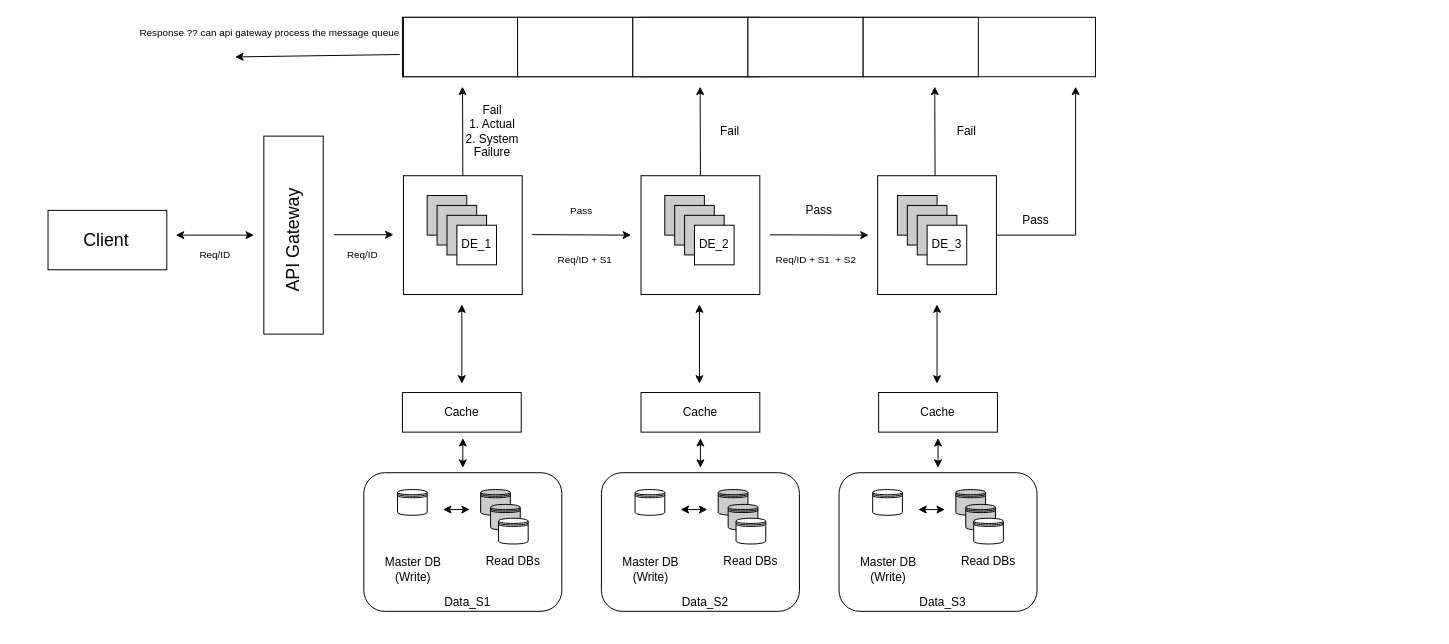
Before: StackedDecisionEngine.drawio in ankitverma5859/drawio, a draw.io diagram. Source tidied: cells renumbered, new cells numbered last; positions are measured from the earlier drawing's top-left corner, leaving out a move shared by most shapes. Both pictures are drawn from the tidied source at 99%, with x=0, y=0 at pixel (17, 17).
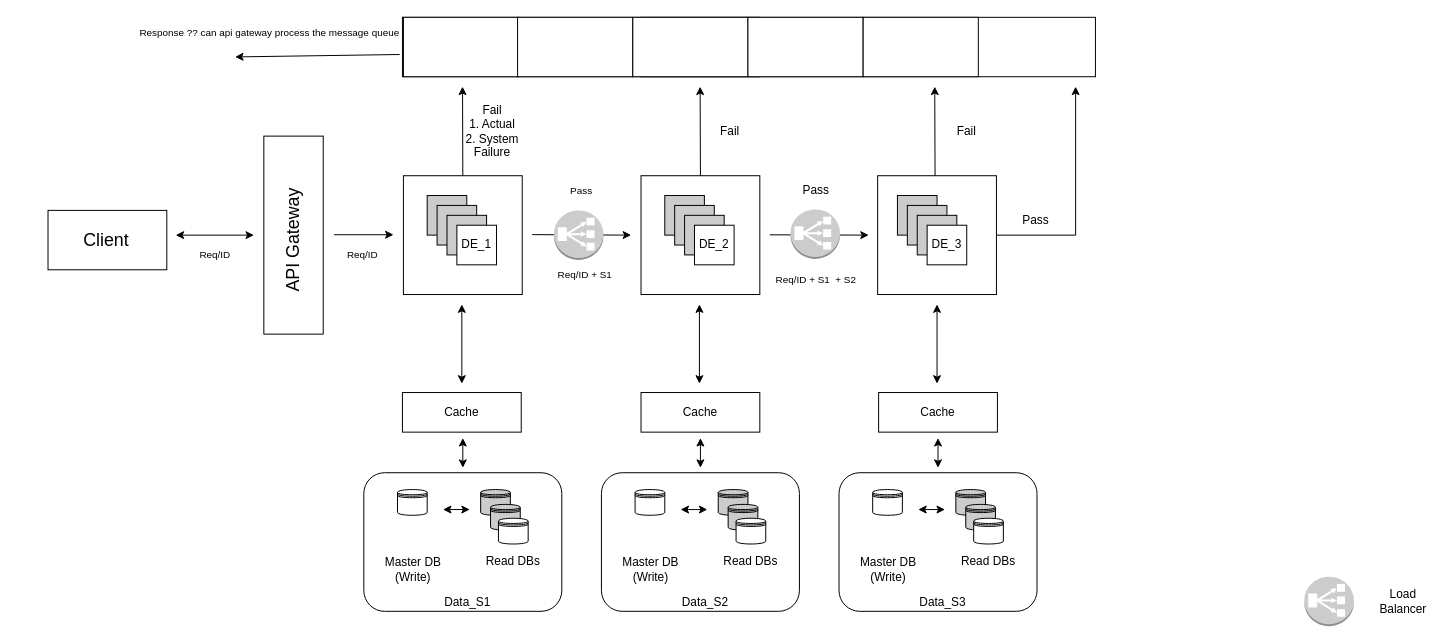
Above is the later version.

What changed in the source:
```diff
@@
     <mxCell id="12" value="&lt;font style=&quot;font-size: 10px;&quot;&gt;Pass&lt;/font&gt;" style="text;html=1;strokeColor=none;fillColor=none;align=center;verticalAlign=middle;whiteSpace=wrap;rounded=0;" parent="1" vertex="1">
-      <mxGeometry x="540" y="180" width="60" height="30" as="geometry" />
+      <mxGeometry x="540" y="160" width="60" height="30" as="geometry" />
     </mxCell>
     <mxCell id="13" value="Pass" style="text;html=1;strokeColor=none;fillColor=none;align=center;verticalAlign=middle;whiteSpace=wrap;rounded=0;" parent="1" vertex="1">
-      <mxGeometry x="780" y="180" width="60" height="30" as="geometry" />
+      <mxGeometry x="777" y="160" width="60" height="30" as="geometry" />
     </mxCell>
@@
     <mxCell id="32" value="&lt;font style=&quot;font-size: 10px;&quot;&gt;Req/ID + S1&amp;nbsp;&lt;/font&gt;" style="text;html=1;strokeColor=none;fillColor=none;align=center;verticalAlign=middle;whiteSpace=wrap;rounded=0;" parent="1" vertex="1">
-      <mxGeometry x="540" y="230" width="70" height="30" as="geometry" />
+      <mxGeometry x="540" y="245" width="70" height="30" as="geometry" />
     </mxCell>
@@
     <mxCell id="34" value="&lt;font style=&quot;font-size: 10px;&quot;&gt;Req/ID + S1&amp;nbsp; + S2&lt;/font&gt;" style="text;html=1;strokeColor=none;fillColor=none;align=center;verticalAlign=middle;whiteSpace=wrap;rounded=0;" parent="1" vertex="1">
-      <mxGeometry x="761" y="230" width="92" height="30" as="geometry" />
+      <mxGeometry x="761" y="250" width="92" height="30" as="geometry" />
     </mxCell>
@@
+    <mxCell id="96" style="dashed=0;verticalLabelPosition=bottom;verticalAlign=top;align=center;html=1;shape=mxgraph.aws3.classic_load_balancer;fillColor=#cccccc;gradientColor=none;" parent="1" vertex="1">
+      <mxGeometry x="542" y="195" width="50" height="50" as="geometry" />
+    </mxCell>
+    <mxCell id="97" style="dashed=0;verticalLabelPosition=bottom;verticalAlign=top;align=center;html=1;shape=mxgraph.aws3.classic_load_balancer;fillColor=#cccccc;gradientColor=none;" parent="1" vertex="1">
+      <mxGeometry x="1300" y="565" width="50" height="50" as="geometry" />
+    </mxCell>
+    <mxCell id="98" value="Load Balancer" style="text;html=1;strokeColor=none;fillColor=none;align=center;verticalAlign=middle;whiteSpace=wrap;rounded=0;" parent="1" vertex="1">
+      <mxGeometry x="1370" y="575" width="60" height="30" as="geometry" />
+    </mxCell>
+    <mxCell id="99" style="dashed=0;verticalLabelPosition=bottom;verticalAlign=top;align=center;html=1;shape=mxgraph.aws3.classic_load_balancer;fillColor=#cccccc;gradientColor=none;" parent="1" vertex="1">
+      <mxGeometry x="781" y="194" width="50" height="50" as="geometry" />
+    </mxCell>
```
